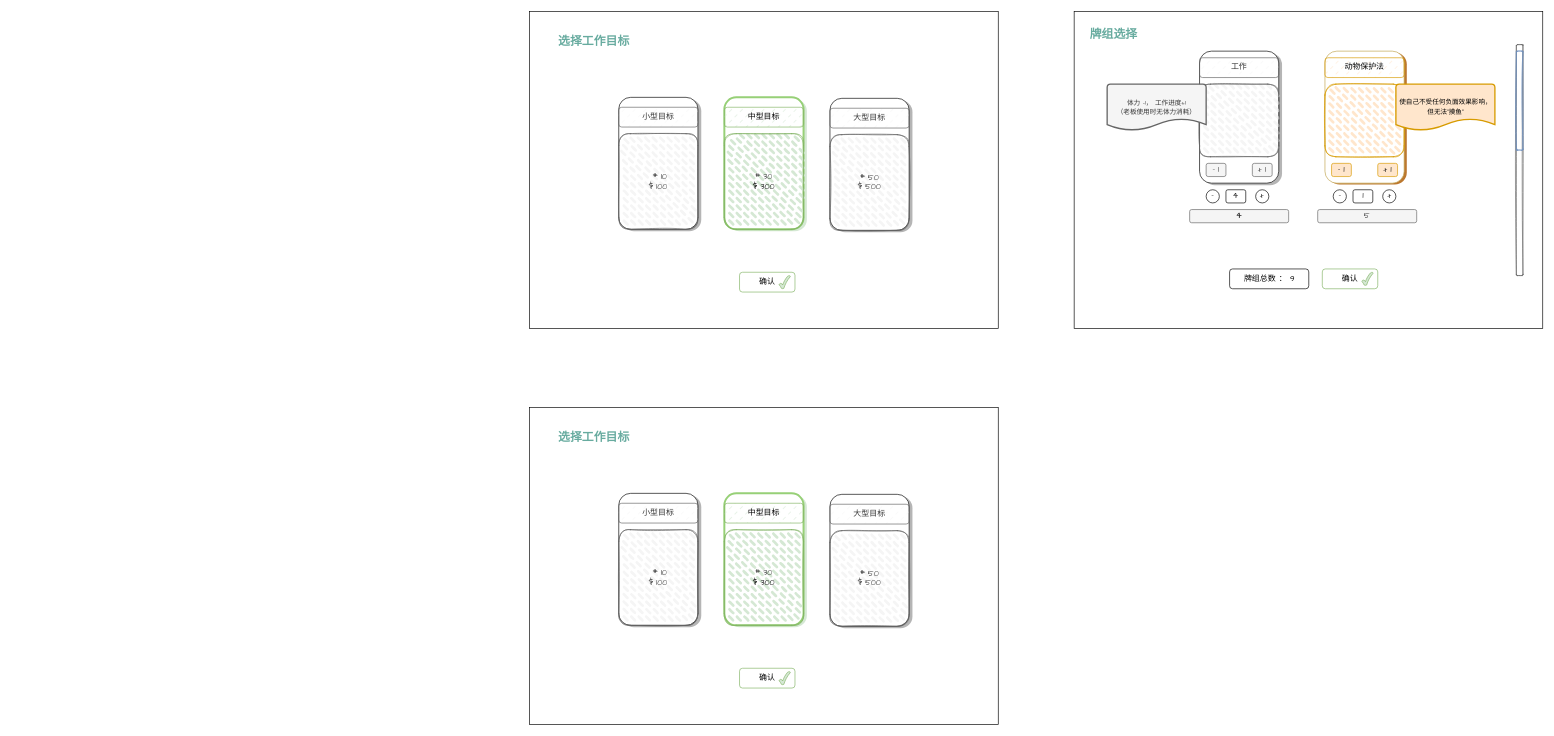
LittleHedgehogM/LittleHedgehogM.github.io keeps this draw.io diagram as workerUX.drawio. Above is the earlier version. Source tidied: cells renumbered, new cells numbered last; positions are measured from the earlier drawing's top-left corner, leaving out a move shared by most shapes. Both pictures are drawn from the tidied source at 66%, with x=0, y=0 at pixel (529, 11).
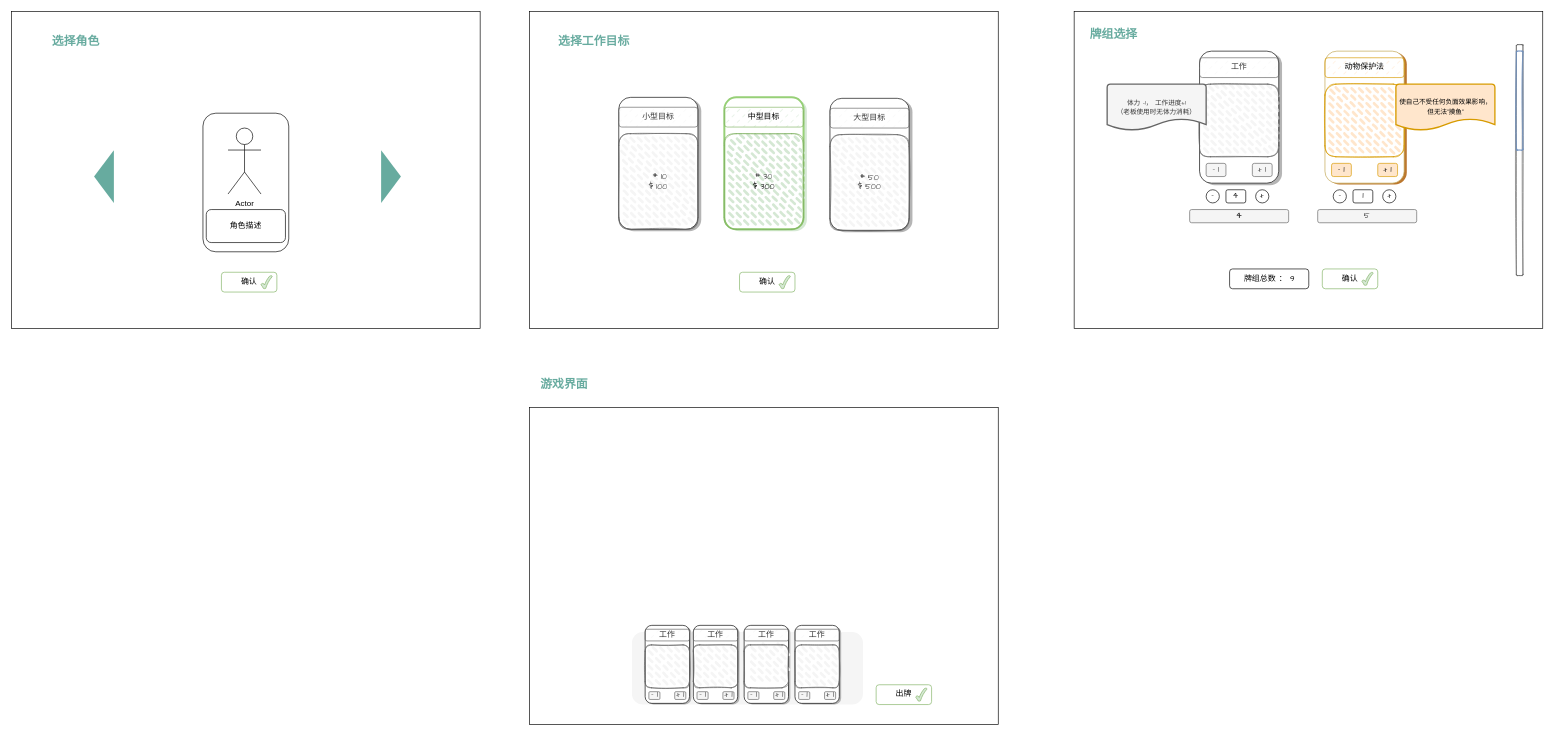
The same diagram, later.

The edit, as a diff of the source:
```diff
@@
-    <mxCell id="48" style="rounded=1;whiteSpace=wrap;html=1;fillColor=#B5B5B5;fontColor=#333333;strokeColor=none;fontFamily=Comic Sans MS;" parent="1" vertex="1">
-      <mxGeometry x="140" y="733" width="120" height="200" as="geometry" />
-    </mxCell>
-    <mxCell id="49" style="rounded=1;whiteSpace=wrap;html=1;fontFamily=Comic Sans MS;" parent="1" vertex="1">
-      <mxGeometry x="135" y="730" width="120" height="200" as="geometry" />
-    </mxCell>
-    <mxCell id="50" value="小型目标" style="rounded=1;whiteSpace=wrap;html=1;fillStyle=dashed;fillColor=#f5f5f5;strokeColor=#666666;fontColor=#333333;fontFamily=Comic Sans MS;" parent="1" vertex="1">
-      <mxGeometry x="135" y="745" width="120" height="30" as="geometry" />
-    </mxCell>
-    <mxCell id="51" value="&lt;div&gt;&amp;nbsp;# 10&lt;/div&gt;$ 100" style="rounded=1;whiteSpace=wrap;html=1;strokeWidth=1;fillWeight=4;hachureGap=8;hachureAngle=45;fillColor=#f5f5f5;sketch=1;fontColor=#333333;strokeColor=#666666;fillStyle=dashed;shadow=0;fontFamily=Comic Sans MS;" parent="1" vertex="1">
-      <mxGeometry x="135" y="785" width="120" height="145" as="geometry" />
-    </mxCell>
-    <mxCell id="52" value="&lt;span style=&quot;font-size: 18px;&quot;&gt;选择工作目标&lt;/span&gt;" style="text;html=1;align=center;verticalAlign=middle;whiteSpace=wrap;rounded=0;fontFamily=Comic Sans MS;fontStyle=1;fontColor=#67AB9F;" parent="1" vertex="1">
-      <mxGeometry x="40" y="620" width="115" height="50" as="geometry" />
+    <mxCell id="52" value="&lt;span style=&quot;font-size: 18px;&quot;&gt;游戏界面&lt;/span&gt;" style="text;html=1;align=center;verticalAlign=middle;whiteSpace=wrap;rounded=0;fontFamily=Comic Sans MS;fontStyle=1;fontColor=#67AB9F;" parent="1" vertex="1">
+      <mxGeometry x="-5" y="540" width="115" height="50" as="geometry" />
     </mxCell>
-    <mxCell id="53" style="rounded=1;whiteSpace=wrap;html=1;fillColor=#d5e8d4;strokeColor=none;fontFamily=Comic Sans MS;" parent="1" vertex="1">
-      <mxGeometry x="300" y="733" width="120" height="200" as="geometry" />
-    </mxCell>
-    <mxCell id="54" style="rounded=1;whiteSpace=wrap;html=1;fontFamily=Comic Sans MS;strokeColor=#97D077;strokeWidth=3;" parent="1" vertex="1">
-      <mxGeometry x="295" y="730" width="120" height="200" as="geometry" />
-    </mxCell>
-    <mxCell id="55" value="中型目标" style="rounded=1;whiteSpace=wrap;html=1;fillStyle=dashed;fillColor=#d5e8d4;strokeColor=#82b366;fontFamily=Comic Sans MS;" parent="1" vertex="1">
-      <mxGeometry x="295" y="745" width="120" height="30" as="geometry" />
-    </mxCell>
-    <mxCell id="56" value="&lt;div&gt;&lt;span style=&quot;color: rgb(51, 51, 51);&quot;&gt;# 30&lt;/span&gt;&lt;br&gt;&lt;/div&gt;$ 300" style="rounded=1;whiteSpace=wrap;html=1;strokeWidth=1;fillWeight=4;hachureGap=8;hachureAngle=45;fillColor=#d5e8d4;sketch=1;strokeColor=#82b366;fillStyle=dashed;shadow=0;fontFamily=Comic Sans MS;" parent="1" vertex="1">
-      <mxGeometry x="295" y="785" width="120" height="145" as="geometry" />
-    </mxCell>
-    <mxCell id="57" style="rounded=1;whiteSpace=wrap;html=1;fillColor=#B5B5B5;fontColor=#333333;strokeColor=none;fontFamily=Comic Sans MS;" parent="1" vertex="1">
-      <mxGeometry x="460" y="734.5" width="120" height="200" as="geometry" />
+    <mxCell id="57" style="rounded=1;whiteSpace=wrap;html=1;fillColor=#f5f5f5;fontColor=#333333;strokeColor=none;fontFamily=Comic Sans MS;" parent="1" vertex="1">
+      <mxGeometry x="155" y="940" width="350" height="110" as="geometry" />
     </mxCell>
-    <mxCell id="58" style="rounded=1;whiteSpace=wrap;html=1;fontFamily=Comic Sans MS;" parent="1" vertex="1">
-      <mxGeometry x="455" y="731.5" width="120" height="200" as="geometry" />
-    </mxCell>
-    <mxCell id="59" value="大型目标" style="rounded=1;whiteSpace=wrap;html=1;fillStyle=dashed;fillColor=#f5f5f5;strokeColor=#666666;fontColor=#333333;fontFamily=Comic Sans MS;" parent="1" vertex="1">
-      <mxGeometry x="455" y="746.5" width="120" height="30" as="geometry" />
-    </mxCell>
-    <mxCell id="60" value="&lt;div&gt;# 50&lt;/div&gt;$ 500" style="rounded=1;whiteSpace=wrap;html=1;strokeWidth=1;fillWeight=4;hachureGap=8;hachureAngle=45;fillColor=#f5f5f5;sketch=1;fontColor=#333333;strokeColor=#666666;fillStyle=dashed;shadow=0;fontFamily=Comic Sans MS;" parent="1" vertex="1">
-      <mxGeometry x="455" y="786.5" width="120" height="145" as="geometry" />
-    </mxCell>
+    <mxCell id="63" style="rounded=0;whiteSpace=wrap;html=1;" parent="1" vertex="1">
+      <mxGeometry x="-785" width="710" height="480" as="geometry" />
+    </mxCell>
+    <mxCell id="64" value="&lt;span style=&quot;font-size: 18px;&quot;&gt;选择角色&lt;/span&gt;" style="text;html=1;align=center;verticalAlign=middle;whiteSpace=wrap;rounded=0;fontFamily=Comic Sans MS;fontStyle=1;fontColor=#67AB9F;" parent="1" vertex="1">
+      <mxGeometry x="-745" y="20" width="115" height="50" as="geometry" />
+    </mxCell>
+    <mxCell id="65" value="确认" style="rounded=1;whiteSpace=wrap;html=1;fontFamily=Comic Sans MS;fillColor=none;strokeColor=#82b366;" parent="1" vertex="1">
+      <mxGeometry x="-467" y="395" width="84" height="30" as="geometry" />
+    </mxCell>
+    <mxCell id="66" style="verticalLabelPosition=bottom;verticalAlign=top;html=1;shape=mxgraph.basic.tick;fillColor=#d5e8d4;strokeColor=#82b366;fontFamily=Comic Sans MS;" parent="1" vertex="1">
+      <mxGeometry x="-407" y="400" width="17" height="20" as="geometry" />
+    </mxCell>
+    <mxCell id="67" style="triangle;whiteSpace=wrap;html=1;fillColor=#67AB9F;strokeColor=none;" parent="1" vertex="1">
+      <mxGeometry x="-225" y="210" width="30" height="80" as="geometry" />
+    </mxCell>
+    <mxCell id="68" style="triangle;whiteSpace=wrap;html=1;rotation=-180;fillColor=#67AB9F;strokeColor=none;" parent="1" vertex="1">
+      <mxGeometry x="-660" y="210" width="30" height="80" as="geometry" />
+    </mxCell>
+    <mxCell id="69" style="rounded=1;whiteSpace=wrap;html=1;" parent="1" vertex="1">
+      <mxGeometry x="-495" y="154" width="130" height="210" as="geometry" />
+    </mxCell>
+    <mxCell id="70" value="Actor" style="shape=umlActor;verticalLabelPosition=bottom;verticalAlign=top;html=1;" parent="1" vertex="1">
+      <mxGeometry x="-457" y="176.5" width="50" height="100" as="geometry" />
+    </mxCell>
+    <mxCell id="71" value="角色描述" style="rounded=1;whiteSpace=wrap;html=1;" parent="1" vertex="1">
+      <mxGeometry x="-490" y="300" width="120" height="50" as="geometry" />
+    </mxCell>
+    <mxCell id="72" style="group;" parent="1" vertex="1">
+      <mxGeometry x="525" y="1020" width="84" height="30" as="geometry" />
+    </mxCell>
-    <mxCell id="61" value="确认" style="rounded=1;whiteSpace=wrap;html=1;fontFamily=Comic Sans MS;fillColor=none;strokeColor=#82b366;" parent="1" vertex="1">
-      <mxGeometry x="318" y="995" width="84" height="30" as="geometry" />
+    <mxCell id="61" value="出牌" style="rounded=1;whiteSpace=wrap;html=1;fontFamily=Comic Sans MS;fillColor=none;strokeColor=#82b366;" parent="72" vertex="1">
+      <mxGeometry width="84" height="30" as="geometry" />
     </mxCell>
-    <mxCell id="62" style="verticalLabelPosition=bottom;verticalAlign=top;html=1;shape=mxgraph.basic.tick;fillColor=#d5e8d4;strokeColor=#82b366;fontFamily=Comic Sans MS;" parent="1" vertex="1">
-      <mxGeometry x="378" y="1000" width="17" height="20" as="geometry" />
+    <mxCell id="62" style="verticalLabelPosition=bottom;verticalAlign=top;html=1;shape=mxgraph.basic.tick;fillColor=#d5e8d4;strokeColor=#82b366;fontFamily=Comic Sans MS;" parent="72" vertex="1">
+      <mxGeometry x="60" y="5" width="17" height="20" as="geometry" />
     </mxCell>
+    <mxCell id="73" style="group;" parent="1" vertex="1">
+      <mxGeometry x="248" y="930" width="70" height="120" as="geometry" />
+    </mxCell>
+    <mxCell id="74" style="rounded=1;whiteSpace=wrap;html=1;fillColor=#B5B5B5;fontColor=#333333;strokeColor=none;fontFamily=Comic Sans MS;" parent="73" vertex="1">
+      <mxGeometry x="2.8" y="1.8" width="67.2" height="118.2" as="geometry" />
+    </mxCell>
+    <mxCell id="75" style="rounded=1;whiteSpace=wrap;html=1;fontFamily=Comic Sans MS;" parent="73" vertex="1">
+      <mxGeometry width="67.2" height="118.2" as="geometry" />
+    </mxCell>
+    <mxCell id="76" value="工作" style="rounded=1;whiteSpace=wrap;html=1;fillStyle=dashed;fillColor=#f5f5f5;strokeColor=#666666;fontColor=#333333;fontFamily=Comic Sans MS;" parent="73" vertex="1">
+      <mxGeometry y="5.9" width="67.2" height="17.7" as="geometry" />
+    </mxCell>
+    <mxCell id="77" value="- 1" style="rounded=1;whiteSpace=wrap;html=1;fillColor=#f5f5f5;strokeColor=#666666;fontColor=#333333;fontFamily=Comic Sans MS;" parent="73" vertex="1">
+      <mxGeometry x="5.6" y="100.5" width="16.8" height="11.8" as="geometry" />
+    </mxCell>
+    <mxCell id="78" value="+ 1" style="rounded=1;whiteSpace=wrap;html=1;fillColor=#f5f5f5;strokeColor=#666666;fontColor=#333333;fontFamily=Comic Sans MS;" parent="73" vertex="1">
+      <mxGeometry x="44.8" y="100.5" width="16.8" height="11.8" as="geometry" />
+    </mxCell>
+    <mxCell id="79" style="rounded=1;whiteSpace=wrap;html=1;strokeWidth=1;fillWeight=4;hachureGap=8;hachureAngle=45;fillColor=#f5f5f5;sketch=1;fontColor=#333333;strokeColor=#666666;fillStyle=dashed;shadow=0;fontFamily=Comic Sans MS;" parent="73" vertex="1">
+      <mxGeometry y="29.6" width="67.2" height="65" as="geometry" />
+    </mxCell>
+    <mxCell id="80" style="group;" parent="1" vertex="1">
+      <mxGeometry x="325" y="930" width="70" height="120" as="geometry" />
+    </mxCell>
+    <mxCell id="81" style="rounded=1;whiteSpace=wrap;html=1;fillColor=#B5B5B5;fontColor=#333333;strokeColor=none;fontFamily=Comic Sans MS;" parent="80" vertex="1">
+      <mxGeometry x="2.8" y="1.8" width="67.2" height="118.2" as="geometry" />
+    </mxCell>
+    <mxCell id="82" style="rounded=1;whiteSpace=wrap;html=1;fontFamily=Comic Sans MS;" parent="80" vertex="1">
+      <mxGeometry width="67.2" height="118.2" as="geometry" />
+    </mxCell>
+    <mxCell id="83" value="工作" style="rounded=1;whiteSpace=wrap;html=1;fillStyle=dashed;fillColor=#f5f5f5;strokeColor=#666666;fontColor=#333333;fontFamily=Comic Sans MS;" parent="80" vertex="1">
+      <mxGeometry y="5.9" width="67.2" height="17.7" as="geometry" />
+    </mxCell>
+    <mxCell id="84" value="- 1" style="rounded=1;whiteSpace=wrap;html=1;fillColor=#f5f5f5;strokeColor=#666666;fontColor=#333333;fontFamily=Comic Sans MS;" parent="80" vertex="1">
+      <mxGeometry x="5.6" y="100.5" width="16.8" height="11.8" as="geometry" />
+    </mxCell>
+    <mxCell id="85" value="+ 1" style="rounded=1;whiteSpace=wrap;html=1;fillColor=#f5f5f5;strokeColor=#666666;fontColor=#333333;fontFamily=Comic Sans MS;" parent="80" vertex="1">
+      <mxGeometry x="44.8" y="100.5" width="16.8" height="11.8" as="geometry" />
+    </mxCell>
+    <mxCell id="86" style="rounded=1;whiteSpace=wrap;html=1;strokeWidth=1;fillWeight=4;hachureGap=8;hachureAngle=45;fillColor=#f5f5f5;sketch=1;fontColor=#333333;strokeColor=#666666;fillStyle=dashed;shadow=0;fontFamily=Comic Sans MS;" parent="80" vertex="1">
+      <mxGeometry y="29.6" width="67.2" height="65" as="geometry" />
+    </mxCell>
+    <mxCell id="87" style="group;" parent="1" vertex="1">
+      <mxGeometry x="402" y="930" width="70" height="120" as="geometry" />
+    </mxCell>
+    <mxCell id="88" style="rounded=1;whiteSpace=wrap;html=1;fillColor=#B5B5B5;fontColor=#333333;strokeColor=none;fontFamily=Comic Sans MS;" parent="87" vertex="1">
+      <mxGeometry x="2.8" y="1.8" width="67.2" height="118.2" as="geometry" />
+    </mxCell>
+    <mxCell id="89" style="rounded=1;whiteSpace=wrap;html=1;fontFamily=Comic Sans MS;" parent="87" vertex="1">
+      <mxGeometry width="67.2" height="118.2" as="geometry" />
+    </mxCell>
+    <mxCell id="90" value="工作" style="rounded=1;whiteSpace=wrap;html=1;fillStyle=dashed;fillColor=#f5f5f5;strokeColor=#666666;fontColor=#333333;fontFamily=Comic Sans MS;" parent="87" vertex="1">
+      <mxGeometry y="5.9" width="67.2" height="17.7" as="geometry" />
+    </mxCell>
+    <mxCell id="91" value="- 1" style="rounded=1;whiteSpace=wrap;html=1;fillColor=#f5f5f5;strokeColor=#666666;fontColor=#333333;fontFamily=Comic Sans MS;" parent="87" vertex="1">
+      <mxGeometry x="5.6" y="100.5" width="16.8" height="11.8" as="geometry" />
+    </mxCell>
+    <mxCell id="92" value="+ 1" style="rounded=1;whiteSpace=wrap;html=1;fillColor=#f5f5f5;strokeColor=#666666;fontColor=#333333;fontFamily=Comic Sans MS;" parent="87" vertex="1">
+      <mxGeometry x="44.8" y="100.5" width="16.8" height="11.8" as="geometry" />
+    </mxCell>
+    <mxCell id="93" style="rounded=1;whiteSpace=wrap;html=1;strokeWidth=1;fillWeight=4;hachureGap=8;hachureAngle=45;fillColor=#f5f5f5;sketch=1;fontColor=#333333;strokeColor=#666666;fillStyle=dashed;shadow=0;fontFamily=Comic Sans MS;" parent="87" vertex="1">
+      <mxGeometry y="29.6" width="67.2" height="65" as="geometry" />
+    </mxCell>
+    <mxCell id="94" style="group;" parent="1" vertex="1">
+      <mxGeometry x="175" y="930" width="70" height="120" as="geometry" />
+    </mxCell>
+    <mxCell id="95" style="rounded=1;whiteSpace=wrap;html=1;fillColor=#B5B5B5;fontColor=#333333;strokeColor=none;fontFamily=Comic Sans MS;" parent="94" vertex="1">
+      <mxGeometry x="2.8" y="1.8" width="67.2" height="118.2" as="geometry" />
+    </mxCell>
+    <mxCell id="96" style="rounded=1;whiteSpace=wrap;html=1;fontFamily=Comic Sans MS;" parent="94" vertex="1">
+      <mxGeometry width="67.2" height="118.2" as="geometry" />
+    </mxCell>
+    <mxCell id="97" value="工作" style="rounded=1;whiteSpace=wrap;html=1;fillStyle=dashed;fillColor=#f5f5f5;strokeColor=#666666;fontColor=#333333;fontFamily=Comic Sans MS;" parent="94" vertex="1">
+      <mxGeometry y="5.9" width="67.2" height="17.7" as="geometry" />
+    </mxCell>
+    <mxCell id="98" value="- 1" style="rounded=1;whiteSpace=wrap;html=1;fillColor=#f5f5f5;strokeColor=#666666;fontColor=#333333;fontFamily=Comic Sans MS;" parent="94" vertex="1">
+      <mxGeometry x="5.6" y="100.5" width="16.8" height="11.8" as="geometry" />
+    </mxCell>
+    <mxCell id="99" value="+ 1" style="rounded=1;whiteSpace=wrap;html=1;fillColor=#f5f5f5;strokeColor=#666666;fontColor=#333333;fontFamily=Comic Sans MS;" parent="94" vertex="1">
+      <mxGeometry x="44.8" y="100.5" width="16.8" height="11.8" as="geometry" />
+    </mxCell>
+    <mxCell id="100" style="rounded=1;whiteSpace=wrap;html=1;strokeWidth=1;fillWeight=4;hachureGap=8;hachureAngle=45;fillColor=#f5f5f5;sketch=1;fontColor=#333333;strokeColor=#666666;fillStyle=dashed;shadow=0;fontFamily=Comic Sans MS;" parent="94" vertex="1">
+      <mxGeometry y="29.6" width="67.2" height="65" as="geometry" />
+    </mxCell>
```
